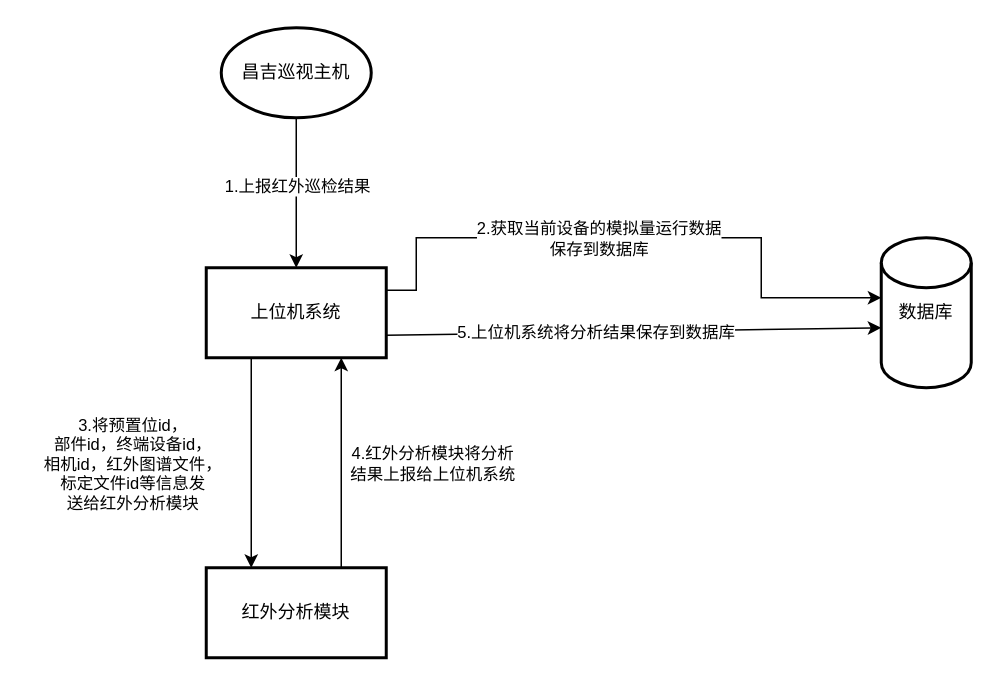
Earlier version of the draw.io diagram 昌吉红外图谱分析流程.drawio (wangyufei0807/draw). Source tidied: cells renumbered, new cells numbered last; positions are measured from the earlier drawing's top-left corner, leaving out a move shared by most shapes. Both pictures are drawn from the tidied source at 150%, with x=0, y=0 at pixel (206, 27).
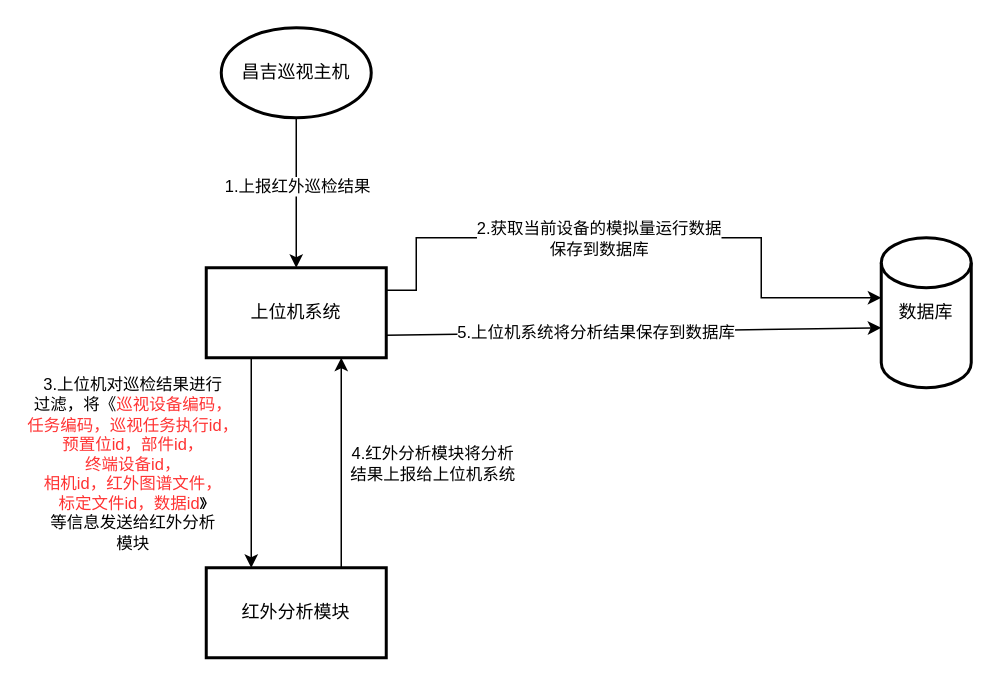
Above is the later version.

Commit message (it also covers changes not shown here):
Update 昌吉红外图谱分析流程.drawio

Unchanged cells that the change refers to:
```xml
<mxCell id="5" style="edgeStyle=orthogonalEdgeStyle;rounded=0;jettySize=auto;html=1;exitX=0.25;exitY=1;exitDx=0;exitDy=0;entryX=0.25;entryY=0;entryDx=0;entryDy=0;" parent="1" edge="1" source="11" target="14">
  <mxGeometry relative="1" as="geometry" />
</mxCell>
```

What changed in the source:
```diff
@@
-    <mxCell id="6" value="3.将预置位id，&lt;br&gt;部件id，终端设备id，&lt;br&gt;相机id，红外图谱文件，&lt;br&gt;标定文件id等信息发&lt;br&gt;送给红外分析模块" style="edgeLabel;html=1;align=center;verticalAlign=middle;" parent="5" vertex="1">
+    <mxCell id="6" value="3.上位机对巡检结果进行&lt;br&gt;过滤，将《&lt;span style=&quot;color: rgb(255 , 51 , 51)&quot;&gt;巡视设备编码，&lt;/span&gt;&lt;br style=&quot;color: rgb(255 , 51 , 51)&quot;&gt;&lt;span style=&quot;color: rgb(255 , 51 , 51)&quot;&gt;任务编码，巡视任务执行id，&lt;/span&gt;&lt;br&gt;&lt;font color=&quot;#ff3333&quot;&gt;预置位id，部件id，&lt;br&gt;终端设备id，&lt;br&gt;相机id，红外图谱文件，&lt;br&gt;标定文件id，数据id&lt;/font&gt;》&lt;br&gt;等信息发送给红外分析&lt;br&gt;模块" style="edgeLabel;html=1;align=center;verticalAlign=middle;" parent="5" vertex="1">
       <mxGeometry x="-0.07" relative="1" as="geometry">
         <mxPoint x="-80" y="5" as="offset" />
       </mxGeometry>
     </mxCell>
```
